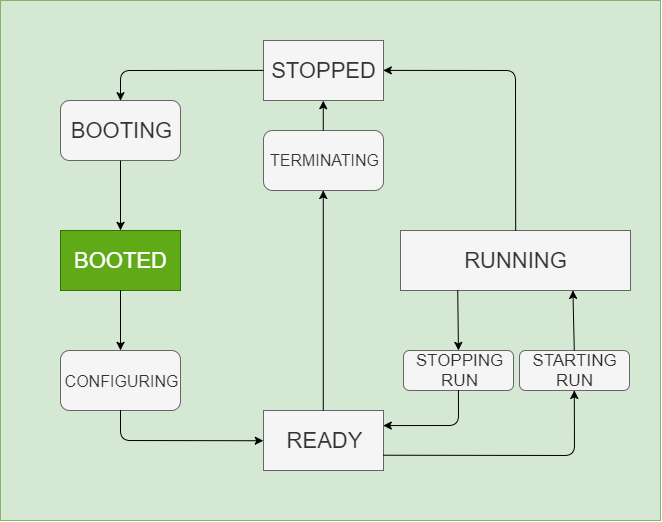
Above: artdaq-runcontrol/resources/images/StateDiagram_booted.png in ikatza/ArtDaq-RunControl-GUI (draw.io), before the change. Source tidied: cells renumbered, new cells last; positions are measured from the earlier drawing's top-left corner, leaving out a move shared by most shapes.
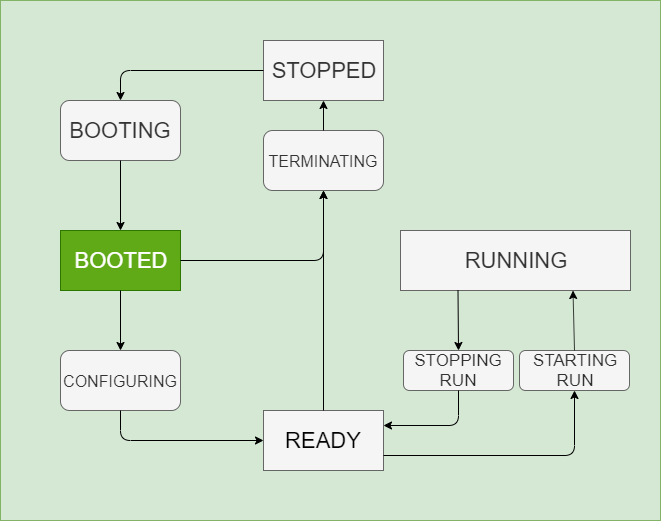
Later version of the same file.

Diff of the diagram source:
```diff
@@ -11,7 +11,7 @@
     <mxCell id="4" value="&lt;span&gt;&lt;font style=&quot;font-size: 22px&quot;&gt;BOOTED&lt;/font&gt;&lt;/span&gt;" style="rounded=0;whiteSpace=wrap;html=1;fillColor=#60a917;strokeColor=#2D7600;fontColor=#ffffff;" parent="1" vertex="1">
       <mxGeometry x="60" y="230" width="120" height="60" as="geometry" />
     </mxCell>
-    <mxCell id="5" value="&lt;span&gt;&lt;font style=&quot;font-size: 22px&quot;&gt;READY&lt;/font&gt;&lt;/span&gt;" style="rounded=0;whiteSpace=wrap;html=1;fillColor=#f5f5f5;strokeColor=#666666;fontColor=#333333;" parent="1" vertex="1">
+    <mxCell id="5" value="&lt;span&gt;&lt;font style=&quot;font-size: 22px&quot;&gt;READY&lt;/font&gt;&lt;/span&gt;" style="rounded=0;whiteSpace=wrap;html=1;fillColor=#f5f5f5;strokeColor=#666666;" parent="1" vertex="1">
       <mxGeometry x="263" y="410" width="120" height="60" as="geometry" />
     </mxCell>
     <mxCell id="6" value="&lt;font style=&quot;font-size: 22px&quot;&gt;BOOTING&lt;/font&gt;" style="rounded=1;whiteSpace=wrap;html=1;fillColor=#f5f5f5;strokeColor=#666666;fontColor=#333333;" parent="1" vertex="1">
@@ -46,44 +46,44 @@
     <mxCell id="13" value="&lt;font style=&quot;font-size: 17px&quot;&gt;STARTING&lt;br&gt;RUN&lt;br&gt;&lt;/font&gt;" style="rounded=1;whiteSpace=wrap;html=1;fillColor=#f5f5f5;strokeColor=#666666;fontColor=#333333;" parent="1" vertex="1">
       <mxGeometry x="519" y="350" width="110" height="40" as="geometry" />
     </mxCell>
-    <mxCell id="14" style="endArrow=classic;html=1;entryX=1;entryY=0.5;entryDx=0;entryDy=0;exitX=0.5;exitY=0;exitDx=0;exitDy=0;" parent="1" edge="1" source="7" target="3">
-      <mxGeometry relative="1" as="geometry">
-        <Array as="points">
-          <mxPoint x="515" y="70" />
-        </Array>
-      </mxGeometry>
+    <mxCell id="14" value="&lt;font style=&quot;font-size: 17px&quot;&gt;STOPPING&lt;br&gt;RUN&lt;br&gt;&lt;/font&gt;" style="rounded=1;whiteSpace=wrap;html=1;fillColor=#f5f5f5;strokeColor=#666666;fontColor=#333333;" parent="1" vertex="1">
+      <mxGeometry x="403" y="350" width="110" height="40" as="geometry" />
     </mxCell>
-    <mxCell id="15" value="&lt;font style=&quot;font-size: 17px&quot;&gt;STOPPING&lt;br&gt;RUN&lt;br&gt;&lt;/font&gt;" style="rounded=1;whiteSpace=wrap;html=1;fillColor=#f5f5f5;strokeColor=#666666;fontColor=#333333;" parent="1" vertex="1">
-      <mxGeometry x="403" y="350" width="110" height="40" as="geometry" />
+    <mxCell id="15" style="endArrow=classic;html=1;entryX=0.75;entryY=1;entryDx=0;entryDy=0;exitX=0.5;exitY=0;exitDx=0;exitDy=0;" parent="1" edge="1" source="13" target="7">
+      <mxGeometry relative="1" as="geometry" />
     </mxCell>
-    <mxCell id="16" style="endArrow=classic;html=1;entryX=0.75;entryY=1;entryDx=0;entryDy=0;exitX=0.5;exitY=0;exitDx=0;exitDy=0;" parent="1" edge="1" source="13" target="7">
+    <mxCell id="16" style="endArrow=classic;html=1;exitX=0.25;exitY=1;exitDx=0;exitDy=0;entryX=0.5;entryY=0;entryDx=0;entryDy=0;" parent="1" edge="1" source="7" target="14">
       <mxGeometry relative="1" as="geometry" />
     </mxCell>
-    <mxCell id="17" style="endArrow=classic;html=1;exitX=0.25;exitY=1;exitDx=0;exitDy=0;entryX=0.5;entryY=0;entryDx=0;entryDy=0;" parent="1" edge="1" source="7" target="15">
-      <mxGeometry relative="1" as="geometry" />
+    <mxCell id="17" style="endArrow=classic;html=1;entryX=0.5;entryY=1;entryDx=0;entryDy=0;exitX=1;exitY=0.75;exitDx=0;exitDy=0;" parent="1" edge="1" source="5" target="13">
+      <mxGeometry relative="1" as="geometry">
+        <Array as="points">
+          <mxPoint x="574" y="455" />
+        </Array>
+      </mxGeometry>
     </mxCell>
-    <mxCell id="18" style="endArrow=classic;html=1;entryX=0.5;entryY=1;entryDx=0;entryDy=0;exitX=1;exitY=0.75;exitDx=0;exitDy=0;" parent="1" edge="1" source="5" target="13">
+    <mxCell id="18" style="endArrow=classic;html=1;exitX=0.5;exitY=1;exitDx=0;exitDy=0;entryX=1;entryY=0.25;entryDx=0;entryDy=0;" parent="1" edge="1" source="14" target="5">
       <mxGeometry relative="1" as="geometry">
         <Array as="points">
-          <mxPoint x="574" y="455" />
+          <mxPoint x="458" y="425" />
         </Array>
       </mxGeometry>
     </mxCell>
-    <mxCell id="19" style="endArrow=classic;html=1;exitX=0.5;exitY=1;exitDx=0;exitDy=0;entryX=1;entryY=0.25;entryDx=0;entryDy=0;" parent="1" edge="1" source="15" target="5">
-      <mxGeometry relative="1" as="geometry">
-        <Array as="points">
-          <mxPoint x="458" y="425" />
-        </Array>
-      </mxGeometry>
+    <mxCell id="19" value="&lt;font style=&quot;font-size: 16px&quot;&gt;TERMINATING&lt;/font&gt;" style="rounded=1;whiteSpace=wrap;html=1;fillColor=#f5f5f5;strokeColor=#666666;fontColor=#333333;" parent="1" vertex="1">
+      <mxGeometry x="263" y="130" width="120" height="60" as="geometry" />
     </mxCell>
-    <mxCell id="20" value="&lt;font style=&quot;font-size: 16px&quot;&gt;TERMINATING&lt;/font&gt;" style="rounded=1;whiteSpace=wrap;html=1;fillColor=#f5f5f5;strokeColor=#666666;fontColor=#333333;" parent="1" vertex="1">
-      <mxGeometry x="263" y="130" width="120" height="60" as="geometry" />
+    <mxCell id="20" style="endArrow=classic;html=1;entryX=0.5;entryY=1;entryDx=0;entryDy=0;exitX=0.5;exitY=0;exitDx=0;exitDy=0;" parent="1" edge="1" source="19" target="3">
+      <mxGeometry relative="1" as="geometry" />
     </mxCell>
-    <mxCell id="21" style="endArrow=classic;html=1;entryX=0.5;entryY=1;entryDx=0;entryDy=0;exitX=0.5;exitY=0;exitDx=0;exitDy=0;" parent="1" edge="1" source="20" target="3">
+    <mxCell id="21" style="endArrow=classic;html=1;entryX=0.5;entryY=1;entryDx=0;entryDy=0;exitX=0.5;exitY=0;exitDx=0;exitDy=0;" parent="1" edge="1" source="5" target="19">
       <mxGeometry relative="1" as="geometry" />
     </mxCell>
-    <mxCell id="22" style="endArrow=classic;html=1;entryX=0.5;entryY=1;entryDx=0;entryDy=0;exitX=0.5;exitY=0;exitDx=0;exitDy=0;" parent="1" edge="1" source="5" target="20">
-      <mxGeometry relative="1" as="geometry" />
+    <mxCell id="22" style="endArrow=classic;html=1;exitX=1;exitY=0.5;exitDx=0;exitDy=0;entryX=0.5;entryY=1;entryDx=0;entryDy=0;" parent="1" edge="1" source="4" target="19">
+      <mxGeometry relative="1" as="geometry">
+        <Array as="points">
+          <mxPoint x="323" y="260" />
+        </Array>
+      </mxGeometry>
     </mxCell>
   </root>
 </mxGraphModel>
```
